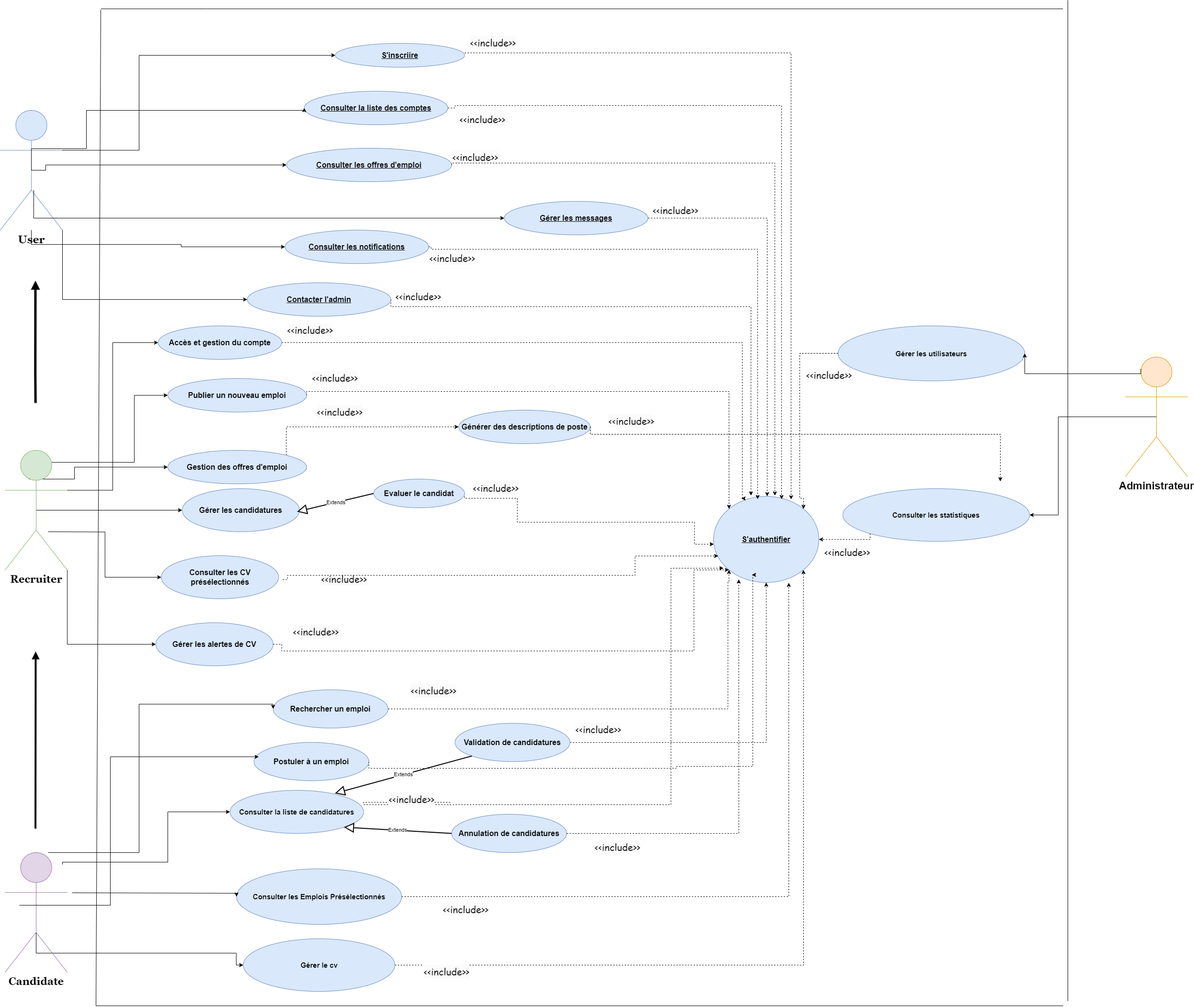
Above: Diagramme cas d'utilisation.drawio.png in chirine1/-project (draw.io), before the change. Source tidied: cells renumbered, new cells last; positions are measured from the earlier drawing's top-left corner, leaving out a move shared by most shapes.
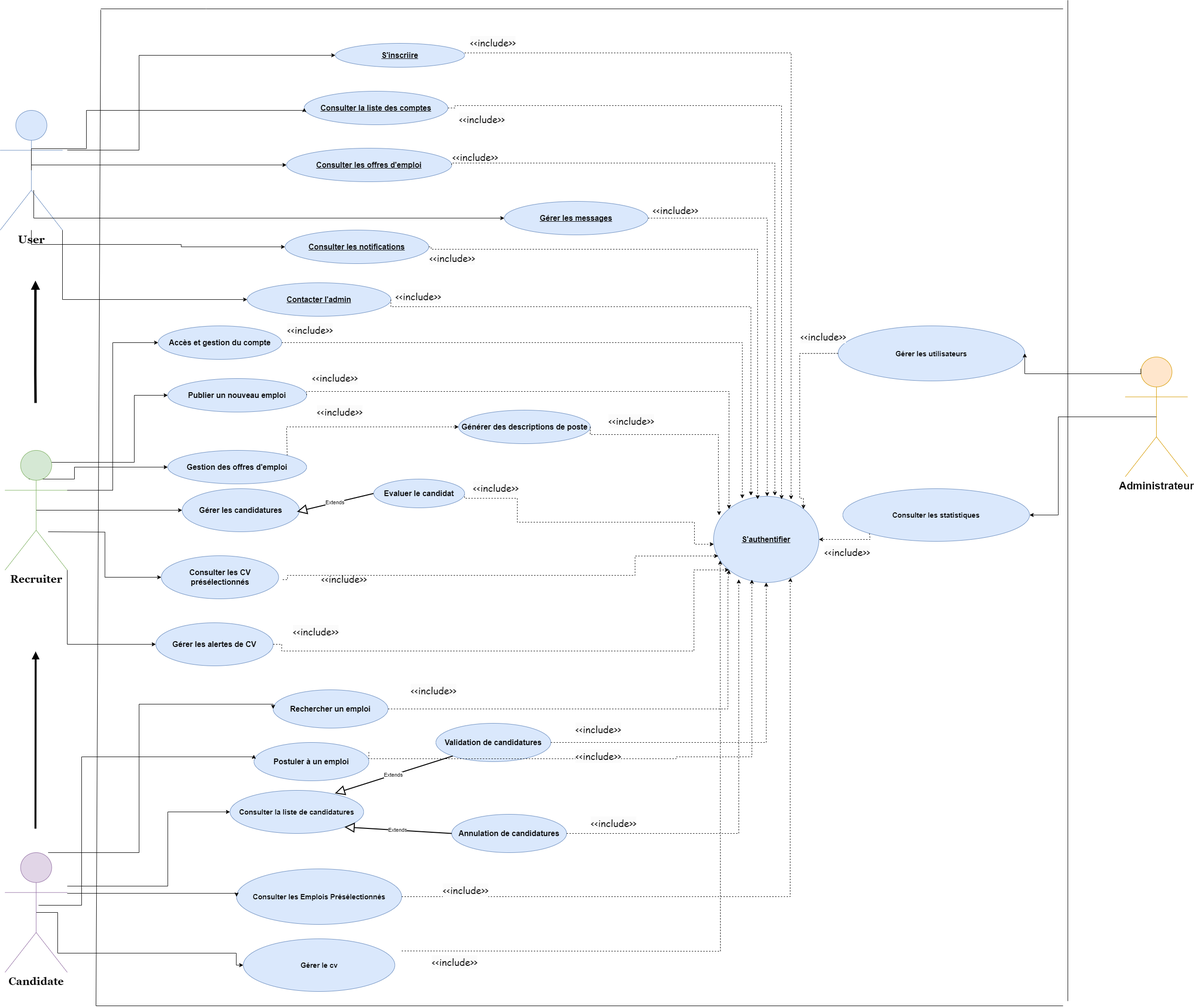
The same file after the commit.

Commit message:
Mettre à jour Diagramme cas d'utilisation.drawio.png

The edit, as a diff of the source:
```diff
@@ -49,8 +49,9 @@
     <mxCell id="8" value="&lt;font size=&quot;1&quot; face=&quot;Georgia&quot;&gt;&lt;b style=&quot;font-size: 22px;&quot;&gt;Recruiter&lt;/b&gt;&lt;/font&gt;" style="shape=umlActor;verticalLabelPosition=bottom;verticalAlign=top;html=1;outlineConnect=0;fillColor=#d5e8d4;strokeColor=#82b366;" parent="1" vertex="1">
       <mxGeometry x="10" y="940" width="130" height="250" as="geometry" />
     </mxCell>
-    <mxCell id="9" style="edgeStyle=orthogonalEdgeStyle;rounded=0;jettySize=auto;html=1;exitX=1;exitY=0.3333333333333333;exitDx=0;exitDy=0;exitPerimeter=0;" parent="1" edge="1" source="10" target="25">
+    <mxCell id="9" style="edgeStyle=orthogonalEdgeStyle;rounded=0;jettySize=auto;html=1;" parent="1" edge="1" target="25">
       <mxGeometry relative="1" as="geometry">
+        <mxPoint x="140" y="313" as="sourcePoint" />
         <Array as="points">
           <mxPoint x="290" y="313" />
           <mxPoint x="290" y="115" />
@@ -104,8 +105,11 @@
         </Array>
       </mxGeometry>
     </mxCell>
-    <mxCell id="20" style="edgeStyle=orthogonalEdgeStyle;rounded=0;jettySize=auto;html=1;exitX=1;exitY=0.5;exitDx=0;exitDy=0;entryX=1;entryY=1;entryDx=0;entryDy=0;dashed=1;" parent="1" edge="1" source="21" target="24">
-      <mxGeometry relative="1" as="geometry" />
+    <mxCell id="20" style="edgeStyle=orthogonalEdgeStyle;rounded=0;orthogonalLoop=1;jettySize=auto;html=1;exitX=1;exitY=0.5;exitDx=0;exitDy=0;entryX=1;entryY=1;entryDx=0;entryDy=0;dashed=1;" parent="1" edge="1">
+      <mxGeometry relative="1" as="geometry">
+        <mxPoint x="838.5" y="1985.4" as="sourcePoint" />
+        <mxPoint x="1503.8" y="1170" as="targetPoint" />
+      </mxGeometry>
     </mxCell>
     <mxCell id="21" value="&lt;span style=&quot;font-size: 15px;&quot;&gt;&lt;b&gt;Gérer le cv&lt;/b&gt;&lt;/span&gt;" style="ellipse;whiteSpace=wrap;html=1;align=center;fillColor=#dae8fc;strokeColor=#6c8ebf;" parent="1" vertex="1">
       <mxGeometry x="507.8" y="1960" width="316.5" height="110" as="geometry" />
@@ -137,8 +141,13 @@
     <mxCell id="28" value="&lt;font style=&quot;font-size: 22px;&quot;&gt;&lt;b&gt;Administrateur&lt;/b&gt;&lt;/font&gt;" style="shape=umlActor;verticalLabelPosition=bottom;verticalAlign=top;html=1;outlineConnect=0;fillColor=#ffe6cc;strokeColor=#d79b00;" parent="1" vertex="1">
       <mxGeometry x="2350" y="745" width="130" height="250" as="geometry" />
     </mxCell>
-    <mxCell id="29" style="edgeStyle=orthogonalEdgeStyle;rounded=0;jettySize=auto;html=1;exitX=1;exitY=0.5;exitDx=0;exitDy=0;entryX=0.714;entryY=1.003;entryDx=0;entryDy=0;entryPerimeter=0;dashed=1;" parent="1" edge="1" source="22" target="24">
-      <mxGeometry relative="1" as="geometry" />
+    <mxCell id="29" style="edgeStyle=orthogonalEdgeStyle;rounded=0;jettySize=auto;html=1;exitX=1;exitY=0.5;exitDx=0;exitDy=0;dashed=1;entryX=0.732;entryY=0.946;entryDx=0;entryDy=0;entryPerimeter=0;" parent="1" edge="1" source="22" target="24">
+      <mxGeometry relative="1" as="geometry">
+        <Array as="points">
+          <mxPoint x="1650" y="1872" />
+          <mxPoint x="1650" y="1217" />
+        </Array>
+      </mxGeometry>
     </mxCell>
     <mxCell id="30" style="edgeStyle=orthogonalEdgeStyle;rounded=0;jettySize=auto;html=1;exitX=1;exitY=0.5;exitDx=0;exitDy=0;entryX=0.264;entryY=0.025;entryDx=0;entryDy=0;dashed=1;entryPerimeter=0;" parent="1" edge="1" source="12" target="24">
       <mxGeometry relative="1" as="geometry">
@@ -157,13 +166,14 @@
         </Array>
       </mxGeometry>
     </mxCell>
-    <mxCell id="32" style="edgeStyle=orthogonalEdgeStyle;rounded=0;orthogonalLoop=1;jettySize=auto;html=1;exitX=1.005;exitY=0.35;exitDx=0;exitDy=0;dashed=1;exitPerimeter=0;entryX=0.036;entryY=0.236;entryDx=0;entryDy=0;entryPerimeter=0;" parent="1" edge="1">
+    <mxCell id="32" style="edgeStyle=orthogonalEdgeStyle;rounded=0;jettySize=auto;html=1;exitX=1.005;exitY=0.35;exitDx=0;exitDy=0;dashed=1;exitPerimeter=0;entryX=0.053;entryY=0.22;entryDx=0;entryDy=0;entryPerimeter=0;" parent="1" edge="1" target="24">
       <mxGeometry relative="1" as="geometry">
         <mxPoint x="1232.5" y="891" as="sourcePoint" />
-        <mxPoint x="2089" y="1005" as="targetPoint" />
         <Array as="points">
-          <mxPoint x="1233" y="906.5" />
-          <mxPoint x="2089.1" y="906.5" />
+          <mxPoint x="1233" y="907" />
+          <mxPoint x="1500" y="907" />
+          <mxPoint x="1500" y="1005" />
+          <mxPoint x="1502" y="1005" />
         </Array>
       </mxGeometry>
     </mxCell>
@@ -182,20 +192,18 @@
         </Array>
       </mxGeometry>
     </mxCell>
-    <mxCell id="35" style="edgeStyle=orthogonalEdgeStyle;rounded=0;jettySize=auto;html=1;exitX=0.75;exitY=0.1;exitDx=0;exitDy=0;exitPerimeter=0;" parent="1" edge="1" target="15">
+    <mxCell id="35" style="edgeStyle=orthogonalEdgeStyle;rounded=0;jettySize=auto;html=1;" parent="1" edge="1" source="39" target="15">
       <mxGeometry relative="1" as="geometry">
-        <mxPoint x="130" y="1805" as="sourcePoint" />
         <Array as="points">
-          <mxPoint x="130" y="1800" />
-          <mxPoint x="350" y="1800" />
+          <mxPoint x="350" y="1850" />
+          <mxPoint x="350" y="1695" />
         </Array>
       </mxGeometry>
     </mxCell>
-    <mxCell id="36" style="edgeStyle=orthogonalEdgeStyle;rounded=0;jettySize=auto;html=1;entryX=0;entryY=0.5;entryDx=0;entryDy=0;" parent="1" edge="1" target="22">
+    <mxCell id="36" style="edgeStyle=orthogonalEdgeStyle;rounded=0;jettySize=auto;html=1;entryX=0;entryY=0.5;entryDx=0;entryDy=0;" parent="1" edge="1" source="39" target="22">
       <mxGeometry relative="1" as="geometry">
-        <mxPoint x="150" y="1864" as="sourcePoint" />
         <Array as="points">
-          <mxPoint x="493" y="1865" />
+          <mxPoint x="494" y="1865" />
         </Array>
       </mxGeometry>
     </mxCell>
@@ -205,23 +213,16 @@
     <mxCell id="38" style="edgeStyle=orthogonalEdgeStyle;rounded=0;jettySize=auto;html=1;exitX=0.5;exitY=0.5;exitDx=0;exitDy=0;exitPerimeter=0;entryX=0;entryY=0.5;entryDx=0;entryDy=0;" parent="1" edge="1" source="39" target="21">
       <mxGeometry relative="1" as="geometry">
         <Array as="points">
-          <mxPoint x="75" y="1990" />
+          <mxPoint x="120" y="1905" />
+          <mxPoint x="120" y="1990" />
           <mxPoint x="493" y="1990" />
+          <mxPoint x="493" y="2015" />
         </Array>
       </mxGeometry>
     </mxCell>
     <mxCell id="39" value="&lt;font face=&quot;Georgia&quot;&gt;&lt;span style=&quot;font-size: 22px;&quot;&gt;&lt;b&gt;Candidate&lt;/b&gt;&lt;/span&gt;&lt;/font&gt;" style="shape=umlActor;verticalLabelPosition=bottom;verticalAlign=top;html=1;outlineConnect=0;fillColor=#e1d5e7;strokeColor=#9673a6;" parent="1" vertex="1">
       <mxGeometry x="10" y="1780" width="130" height="250" as="geometry" />
     </mxCell>
-    <mxCell id="40" style="edgeStyle=orthogonalEdgeStyle;rounded=0;jettySize=auto;html=1;entryX=0.095;entryY=0.834;entryDx=0;entryDy=0;entryPerimeter=0;dashed=1;exitX=1;exitY=0.5;exitDx=0;exitDy=0;" parent="1" edge="1" source="77" target="24">
-      <mxGeometry relative="1" as="geometry">
-        <Array as="points">
-          <mxPoint x="759" y="1680" />
-          <mxPoint x="1401" y="1680" />
-          <mxPoint x="1401" y="1186" />
-        </Array>
-      </mxGeometry>
-    </mxCell>
     <mxCell id="41" style="endArrow=block;html=1;rounded=0;endFill=1;strokeWidth=4;" parent="1" edge="1">
       <mxGeometry relative="1" as="geometry">
         <mxPoint x="73.6" y="1730" as="sourcePoint" />
@@ -253,14 +254,11 @@
       <mxGeometry x="856" y="1423" width="130" height="50" as="geometry" />
     </mxCell>
     <mxCell id="50" value="&lt;span style=&quot;color: rgb(0, 0, 0); font-family: &amp;quot;Comic Sans MS&amp;quot;; font-size: 20px; font-style: normal; font-variant-ligatures: normal; font-variant-caps: normal; font-weight: 400; letter-spacing: normal; orphans: 2; text-align: center; text-indent: 0px; text-transform: none; widows: 2; word-spacing: 0px; -webkit-text-stroke-width: 0px; background-color: rgb(251, 251, 251); text-decoration-thickness: initial; text-decoration-style: initial; text-decoration-color: initial; float: none; display: inline !important;&quot;&gt;&amp;lt;&amp;lt;include&amp;gt;&amp;gt;&lt;/span&gt;" style="text;whiteSpace=wrap;html=1;" parent="1" vertex="1">
-      <mxGeometry x="1240" y="1750" width="130" height="50" as="geometry" />
+      <mxGeometry x="1232.5" y="1700" width="130" height="50" as="geometry" />
     </mxCell>
     <mxCell id="51" value="&lt;span style=&quot;color: rgb(0, 0, 0); font-family: &amp;quot;Comic Sans MS&amp;quot;; font-size: 20px; font-style: normal; font-variant-ligatures: normal; font-variant-caps: normal; font-weight: 400; letter-spacing: normal; orphans: 2; text-align: center; text-indent: 0px; text-transform: none; widows: 2; word-spacing: 0px; -webkit-text-stroke-width: 0px; background-color: rgb(251, 251, 251); text-decoration-thickness: initial; text-decoration-style: initial; text-decoration-color: initial; float: none; display: inline !important;&quot;&gt;&amp;lt;&amp;lt;include&amp;gt;&amp;gt;&lt;/span&gt;" style="text;whiteSpace=wrap;html=1;" parent="1" vertex="1">
-      <mxGeometry x="923" y="1880" width="130" height="50" as="geometry" />
+      <mxGeometry x="923" y="1840" width="130" height="50" as="geometry" />
     </mxCell>
-    <mxCell id="52" value="&lt;span style=&quot;color: rgb(0, 0, 0); font-family: &amp;quot;Comic Sans MS&amp;quot;; font-size: 20px; font-style: normal; font-variant-ligatures: normal; font-variant-caps: normal; font-weight: 400; letter-spacing: normal; orphans: 2; text-align: center; text-indent: 0px; text-transform: none; widows: 2; word-spacing: 0px; -webkit-text-stroke-width: 0px; background-color: rgb(251, 251, 251); text-decoration-thickness: initial; text-decoration-style: initial; text-decoration-color: initial; float: none; display: inline !important;&quot;&gt;&amp;lt;&amp;lt;include&amp;gt;&amp;gt;&lt;/span&gt;" style="text;whiteSpace=wrap;html=1;" parent="1" vertex="1">
-      <mxGeometry x="882.5" y="2010" width="130" height="50" as="geometry" />
-    </mxCell>
     <mxCell id="53" value="&lt;span style=&quot;font-size: 16px;&quot;&gt;&lt;b&gt;&lt;font face=&quot;Helvetica&quot;&gt;Consulter la liste des comptes&lt;/font&gt;&lt;/b&gt;&lt;/span&gt;" style="ellipse;whiteSpace=wrap;html=1;align=center;fontStyle=4;fillColor=#dae8fc;strokeColor=#6c8ebf;" parent="1" vertex="1">
       <mxGeometry x="635" y="190" width="300" height="70" as="geometry" />
     </mxCell>
@@ -283,7 +281,7 @@
       <mxGeometry x="325" y="1300" width="245" height="90" as="geometry" />
     </mxCell>
     <mxCell id="60" value="&lt;b&gt;&lt;font style=&quot;font-size: 16px;&quot;&gt;Validation de candidatures&lt;/font&gt;&lt;/b&gt;" style="ellipse;whiteSpace=wrap;html=1;fillColor=#dae8fc;strokeColor=#6c8ebf;" parent="1" vertex="1">
-      <mxGeometry x="950" y="1510" width="240" height="80" as="geometry" />
+      <mxGeometry x="910" y="1510" width="240" height="80" as="geometry" />
     </mxCell>
     <mxCell id="61" value="Extends" style="endArrow=block;endSize=16;endFill=0;html=1;rounded=0;jumpSize=9;exitX=0;exitY=1;exitDx=0;exitDy=0;entryX=0.785;entryY=0.07;entryDx=0;entryDy=0;entryPerimeter=0;strokeWidth=2;" parent="1" edge="1" source="60" target="15">
       <mxGeometry relative="1" as="geometry" />
@@ -310,10 +308,11 @@
         </Array>
       </mxGeometry>
     </mxCell>
-    <mxCell id="67" style="edgeStyle=orthogonalEdgeStyle;rounded=0;jettySize=auto;html=1;exitX=0.5;exitY=0.5;exitDx=0;exitDy=0;exitPerimeter=0;entryX=0;entryY=0.5;entryDx=0;entryDy=0;" parent="1" edge="1" source="10" target="54">
+    <mxCell id="67" style="edgeStyle=orthogonalEdgeStyle;rounded=0;jettySize=auto;html=1;entryX=0;entryY=0.5;entryDx=0;entryDy=0;" parent="1" edge="1" target="54">
       <mxGeometry relative="1" as="geometry">
+        <mxPoint x="100" y="344" as="sourcePoint" />
         <Array as="points">
-          <mxPoint x="95" y="344" />
+          <mxPoint x="65" y="344" />
         </Array>
       </mxGeometry>
     </mxCell>
@@ -335,13 +334,12 @@
     <mxCell id="71" value="&lt;b&gt;&lt;font style=&quot;font-size: 16px;&quot;&gt;Postuler à un emploi&lt;/font&gt;&lt;/b&gt;" style="ellipse;whiteSpace=wrap;html=1;fillColor=#dae8fc;strokeColor=#6c8ebf;" parent="1" vertex="1">
       <mxGeometry x="530" y="1550" width="240" height="80" as="geometry" />
     </mxCell>
-    <mxCell id="72" style="edgeStyle=orthogonalEdgeStyle;rounded=0;orthogonalLoop=1;jettySize=auto;html=1;exitX=0.5;exitY=0;exitDx=0;exitDy=0;exitPerimeter=0;" parent="1" edge="1">
+    <mxCell id="72" style="edgeStyle=orthogonalEdgeStyle;rounded=0;jettySize=auto;html=1;entryX=-0.001;entryY=0.321;entryDx=0;entryDy=0;entryPerimeter=0;" parent="1" edge="1" target="71">
       <mxGeometry relative="1" as="geometry">
-        <mxPoint x="40" y="1890" as="sourcePoint" />
-        <mxPoint x="540" y="1580" as="targetPoint" />
+        <mxPoint x="80" y="1890" as="sourcePoint" />
         <Array as="points">
-          <mxPoint x="230" y="1890" />
-          <mxPoint x="230" y="1580" />
+          <mxPoint x="170" y="1890" />
+          <mxPoint x="170" y="1580" />
           <mxPoint x="530" y="1580" />
         </Array>
       </mxGeometry>
@@ -365,20 +363,18 @@
         </Array>
       </mxGeometry>
     </mxCell>
-    <mxCell id="76" style="edgeStyle=orthogonalEdgeStyle;rounded=0;jettySize=auto;html=1;dashed=1;exitX=1;exitY=0.5;exitDx=0;exitDy=0;" parent="1" edge="1" source="71">
+    <mxCell id="76" style="edgeStyle=orthogonalEdgeStyle;rounded=0;orthogonalLoop=1;jettySize=auto;html=1;dashed=1;exitX=1;exitY=0.5;exitDx=0;exitDy=0;" parent="1" edge="1">
       <mxGeometry relative="1" as="geometry">
-        <mxPoint x="1570" y="1200" as="targetPoint" />
+        <mxPoint x="770" y="1570" as="sourcePoint" />
+        <mxPoint x="1570" y="1210" as="targetPoint" />
         <Array as="points">
-          <mxPoint x="770" y="1604" />
-          <mxPoint x="1412" y="1604" />
-          <mxPoint x="1412" y="1600" />
-          <mxPoint x="1572" y="1600" />
+          <mxPoint x="770" y="1584" />
+          <mxPoint x="1412" y="1584" />
+          <mxPoint x="1412" y="1580" />
+          <mxPoint x="1570" y="1580" />
         </Array>
       </mxGeometry>
     </mxCell>
-    <mxCell id="77" value="&lt;span style=&quot;color: rgb(0, 0, 0); font-family: &amp;quot;Comic Sans MS&amp;quot;; font-size: 20px; font-style: normal; font-variant-ligatures: normal; font-variant-caps: normal; font-weight: 400; letter-spacing: normal; orphans: 2; text-align: center; text-indent: 0px; text-transform: none; widows: 2; word-spacing: 0px; -webkit-text-stroke-width: 0px; background-color: rgb(251, 251, 251); text-decoration-thickness: initial; text-decoration-style: initial; text-decoration-color: initial; float: none; display: inline !important;&quot;&gt;&amp;lt;&amp;lt;include&amp;gt;&amp;gt;&lt;/span&gt;" style="text;whiteSpace=wrap;html=1;" parent="1" vertex="1">
-      <mxGeometry x="810" y="1650" width="130" height="50" as="geometry" />
-    </mxCell>
     <mxCell id="78" style="edgeStyle=orthogonalEdgeStyle;rounded=0;jettySize=auto;html=1;entryX=0;entryY=0.5;entryDx=0;entryDy=0;" parent="1" edge="1" target="58">
       <mxGeometry relative="1" as="geometry">
         <mxPoint x="100" y="1110" as="sourcePoint" />
@@ -517,7 +513,7 @@
       <mxGeometry x="1720" y="1120" width="130" height="50" as="geometry" />
     </mxCell>
     <mxCell id="99" value="&#10;&lt;span style=&quot;color: rgb(0, 0, 0); font-family: &amp;quot;Comic Sans MS&amp;quot;; font-size: 20px; font-style: normal; font-variant-ligatures: normal; font-variant-caps: normal; font-weight: 400; letter-spacing: normal; orphans: 2; text-align: center; text-indent: 0px; text-transform: none; widows: 2; word-spacing: 0px; -webkit-text-stroke-width: 0px; background-color: rgb(251, 251, 251); text-decoration-thickness: initial; text-decoration-style: initial; text-decoration-color: initial; float: none; display: inline !important;&quot;&gt;&amp;lt;&amp;lt;include&amp;gt;&amp;gt;&lt;/span&gt;&#10;&#10;" style="text;whiteSpace=wrap;html=1;" parent="1" vertex="1">
-      <mxGeometry x="1682" y="750" width="130" height="50" as="geometry" />
+      <mxGeometry x="1670" y="670" width="110" height="50" as="geometry" />
     </mxCell>
     <mxCell id="100" value="&#10;&lt;span style=&quot;color: rgb(0, 0, 0); font-family: &amp;quot;Comic Sans MS&amp;quot;; font-size: 20px; font-style: normal; font-variant-ligatures: normal; font-variant-caps: normal; font-weight: 400; letter-spacing: normal; orphans: 2; text-align: center; text-indent: 0px; text-transform: none; widows: 2; word-spacing: 0px; -webkit-text-stroke-width: 0px; background-color: rgb(251, 251, 251); text-decoration-thickness: initial; text-decoration-style: initial; text-decoration-color: initial; float: none; display: inline !important;&quot;&gt;&amp;lt;&amp;lt;include&amp;gt;&amp;gt;&lt;/span&gt;&#10;&#10;" style="text;whiteSpace=wrap;html=1;" parent="1" vertex="1">
       <mxGeometry x="1200" y="1490" width="130" height="50" as="geometry" />
@@ -534,5 +530,11 @@
     <mxCell id="103" style="edgeStyle=orthogonalEdgeStyle;rounded=0;orthogonalLoop=1;jettySize=auto;html=1;exitX=0.5;exitY=1;exitDx=0;exitDy=0;" parent="1" edge="1" source="47" target="47">
       <mxGeometry relative="1" as="geometry" />
     </mxCell>
+    <mxCell id="52" value="&lt;span style=&quot;color: rgb(0, 0, 0); font-family: &amp;quot;Comic Sans MS&amp;quot;; font-size: 20px; font-style: normal; font-variant-ligatures: normal; font-variant-caps: normal; font-weight: 400; letter-spacing: normal; orphans: 2; text-align: center; text-indent: 0px; text-transform: none; widows: 2; word-spacing: 0px; -webkit-text-stroke-width: 0px; background-color: rgb(251, 251, 251); text-decoration-thickness: initial; text-decoration-style: initial; text-decoration-color: initial; float: none; display: inline !important;&quot;&gt;&amp;lt;&amp;lt;include&amp;gt;&amp;gt;&lt;/span&gt;" style="text;whiteSpace=wrap;html=1;" parent="1" vertex="1">
+      <mxGeometry x="900" y="1990" width="130" height="50" as="geometry" />
+    </mxCell>
+    <mxCell id="77" value="&lt;span style=&quot;color: rgb(0, 0, 0); font-family: &amp;quot;Comic Sans MS&amp;quot;; font-size: 20px; font-style: normal; font-variant-ligatures: normal; font-variant-caps: normal; font-weight: 400; letter-spacing: normal; orphans: 2; text-align: center; text-indent: 0px; text-transform: none; widows: 2; word-spacing: 0px; -webkit-text-stroke-width: 0px; background-color: rgb(251, 251, 251); text-decoration-thickness: initial; text-decoration-style: initial; text-decoration-color: initial; float: none; display: inline !important;&quot;&gt;&amp;lt;&amp;lt;include&amp;gt;&amp;gt;&lt;/span&gt;" style="text;whiteSpace=wrap;html=1;" parent="1" vertex="1">
+      <mxGeometry x="1200" y="1560" width="130" height="50" as="geometry" />
+    </mxCell>
   </root>
 </mxGraphModel>
```
